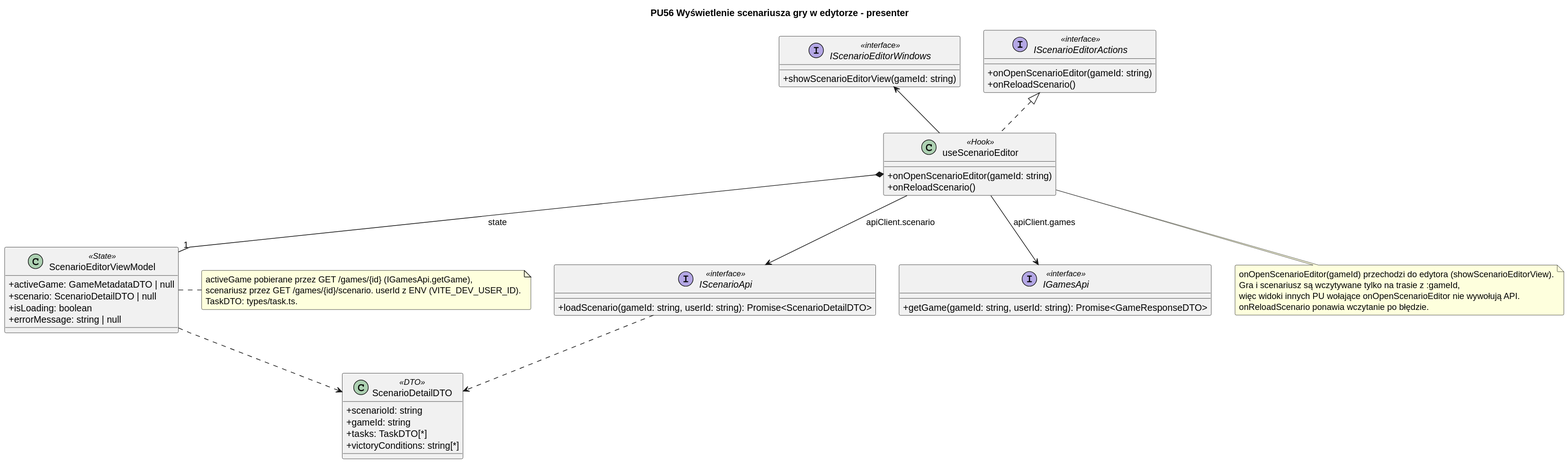
Igor-Ochocki/POP-2026Z keeps this PlantUML diagram as diagrams/frontend/rendered/scenario-editor-presenter.svg. Above is the earlier version. Its diagram source:
```plantuml
@startuml
skinparam classAttributeIconSize 0
skinparam packageStyle rectangle
skinparam shadowing false
skinparam roundcorner 4
skinparam linetype polyline

title PU56 Wyświetlenie scenariusza gry w edytorze - presenter

class useScenarioEditor <<Hook>> {
    + onOpenScenarioEditor(gameId: string)
    + onReloadScenario()
}

interface IScenarioEditorActions <<interface>> {
    + onOpenScenarioEditor(gameId: string)
    + onReloadScenario()
}

interface IScenarioEditorWindows <<interface>> {
    + showScenarioEditorView(gameId: string)
}

interface IScenarioApi <<interface>> {
    + loadScenario(gameId: string, userId: string): Promise<ScenarioDetailDTO>
}

interface IGamesApi <<interface>> {
    + getGame(gameId: string, userId: string): Promise<GameResponseDTO>
}

class ScenarioEditorViewModel <<State>> {
    + activeGame: GameMetadataDTO | null
    + scenario: ScenarioDetailDTO | null
    + isLoading: boolean
    + errorMessage: string | null
}

class ScenarioDetailDTO <<DTO>> {
    + scenarioId: string
    + gameId: string
    + tasks: TaskDTO[*]
    + victoryConditions: string[*]
}

useScenarioEditor .u.|> IScenarioEditorActions
useScenarioEditor -u-> IScenarioEditorWindows
useScenarioEditor --> IScenarioApi : apiClient.scenario
useScenarioEditor --> IGamesApi : apiClient.games
useScenarioEditor *-- "1" ScenarioEditorViewModel : state
ScenarioEditorViewModel ..> ScenarioDetailDTO
IScenarioApi ..> ScenarioDetailDTO

note bottom of useScenarioEditor
    onOpenScenarioEditor(gameId) przechodzi do edytora (showScenarioEditorView).
    Gra i scenariusz są wczytywane tylko na trasie z :gameId,
    więc widoki innych PU wołające onOpenScenarioEditor nie wywołują API.
    onReloadScenario ponawia wczytanie po błędzie.
end note

note right of ScenarioEditorViewModel
    activeGame pobierane przez GET /games/{id} (IGamesApi.getGame),
    scenariusz przez GET /games/{id}/scenario. userId z ENV (VITE_DEV_USER_ID).
    TaskDTO: types/task.ts.
end note
@enduml
```
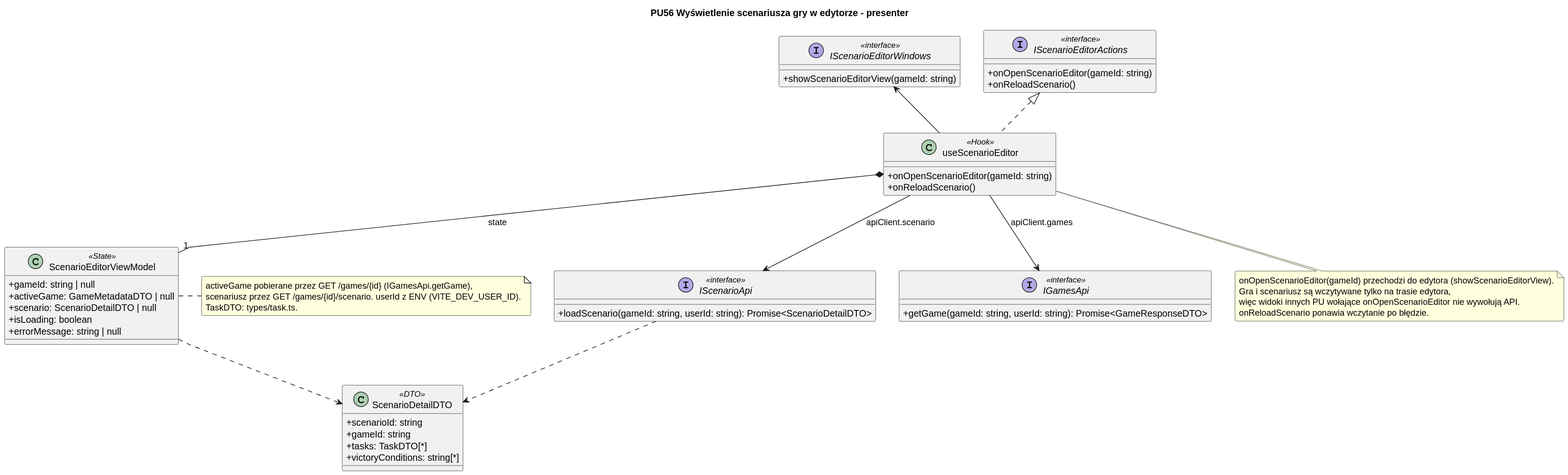
After the change.

Diff of the diagram source:
```diff
@@ -30,6 +30,7 @@
 }
 
 class ScenarioEditorViewModel <<State>> {
+    + gameId: string | null
     + activeGame: GameMetadataDTO | null
     + scenario: ScenarioDetailDTO | null
     + isLoading: boolean
@@ -53,7 +54,7 @@
 
 note bottom of useScenarioEditor
     onOpenScenarioEditor(gameId) przechodzi do edytora (showScenarioEditorView).
-    Gra i scenariusz są wczytywane tylko na trasie z :gameId,
+    Gra i scenariusz są wczytywane tylko na trasie edytora,
     więc widoki innych PU wołające onOpenScenarioEditor nie wywołują API.
     onReloadScenario ponawia wczytanie po błędzie.
 end note
```
